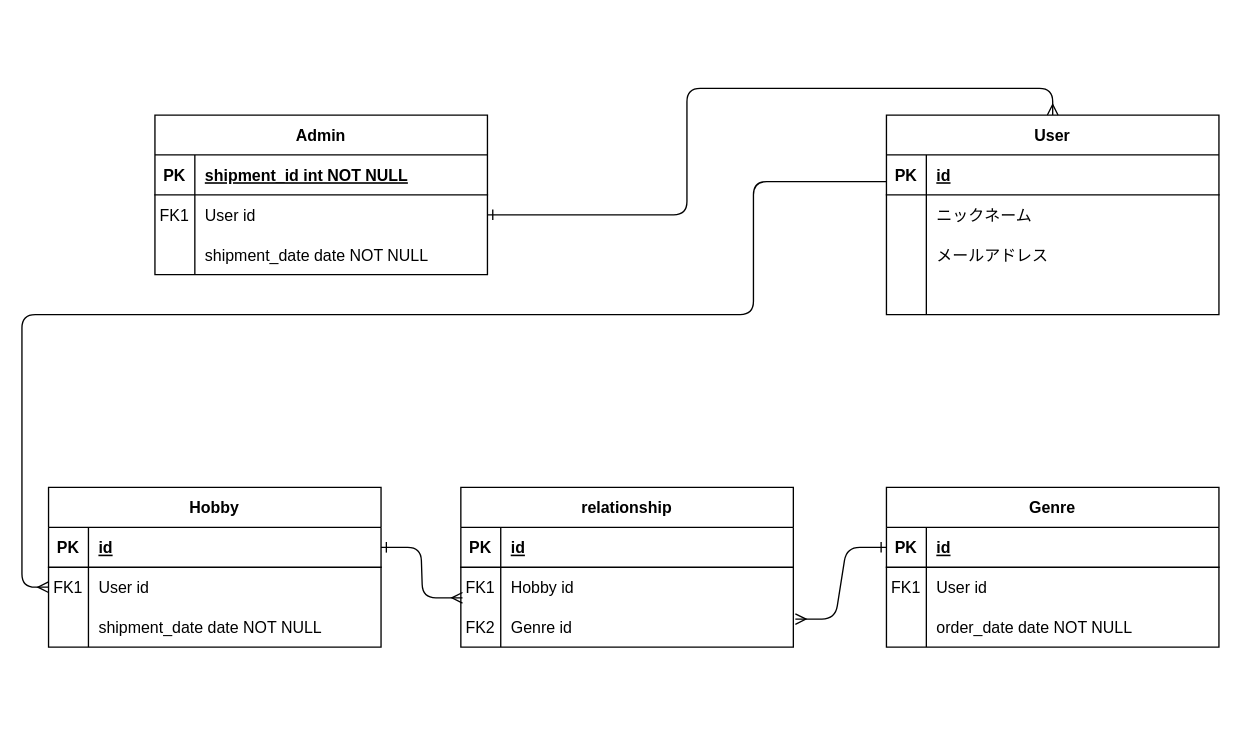
This is 名称未設定ファイル.drawio from emblem333/Portfolio, a draw.io file, before an edit. Source tidied: cells renumbered, new cells numbered last; positions are measured from the earlier drawing's top-left corner, leaving out a move shared by most shapes. Both pictures are drawn from the tidied source at 133%, with x=0, y=0 at pixel (21, 114).
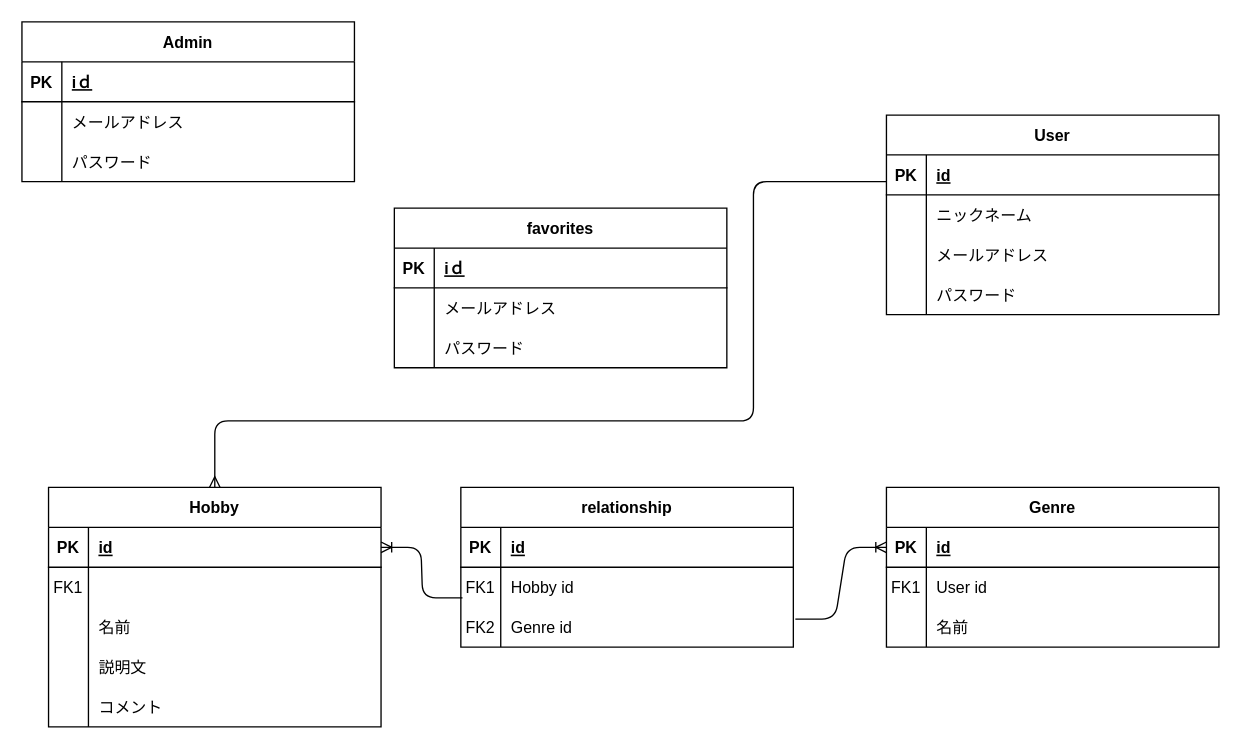
The same page after the edit.

Commit message:
名称未設定ファイル.drawio を更新します

Unchanged cells that the change refers to:
```xml
<mxCell id="4" style="shape=partialRectangle;fillColor=none;points=[[0,0.5],[1,0.5]];portConstraint=eastwest;top=0;left=0;right=0;bottom=1;" parent="3" vertex="1">
  <mxGeometry y="30" width="250" height="30" as="geometry" />
</mxCell>
<mxCell id="10" style="shape=partialRectangle;fillColor=none;top=0;left=0;right=0;bottom=0;" parent="3" vertex="1">
  <mxGeometry y="90" width="250" height="30" as="geometry" />
</mxCell>
<mxCell id="14" style="shape=partialRectangle;fillColor=none;points=[[0,0.5],[1,0.5]];portConstraint=eastwest;top=0;left=0;right=0;bottom=1;" parent="13" vertex="1">
  <mxGeometry y="30" width="250" height="30" as="geometry" />
</mxCell>
<mxCell id="17" style="shape=partialRectangle;fillColor=none;points=[[0,0.5],[1,0.5]];portConstraint=eastwest;top=0;left=0;right=0;bottom=0;" parent="13" vertex="1">
  <mxGeometry y="60" width="250" height="30" as="geometry" />
</mxCell>
<mxCell id="20" style="shape=partialRectangle;fillColor=none;top=0;left=0;right=0;bottom=0;" parent="13" vertex="1">
  <mxGeometry y="90" width="250" height="30" as="geometry" />
</mxCell>
<mxCell id="23" value="User" style="shape=table;startSize=30;childLayout=tableLayout;rowLines=0;fontStyle=1;align=center;" parent="1" vertex="1">
  <mxGeometry x="650" width="250" height="150" as="geometry" />
</mxCell>
<mxCell id="33" style="shape=partialRectangle;fillColor=none;top=0;left=0;right=0;bottom=0;" parent="23" vertex="1">
  <mxGeometry y="120" width="250" height="30" as="geometry" />
</mxCell>
<mxCell id="37" style="shape=partialRectangle;fillColor=none;top=0;left=0;right=0;bottom=1;" parent="36" vertex="1">
  <mxGeometry y="30" width="250" height="30" as="geometry" />
</mxCell>
<mxCell id="40" style="shape=partialRectangle;fillColor=none;points=[[0,0.5],[1,0.5]];portConstraint=eastwest;top=0;left=0;right=0;bottom=0;" parent="36" vertex="1">
  <mxGeometry y="60" width="250" height="30" as="geometry" />
</mxCell>
<mxCell id="43" style="shape=partialRectangle;fillColor=none;top=0;left=0;right=0;bottom=0;" parent="36" vertex="1">
  <mxGeometry y="90" width="250" height="30" as="geometry" />
</mxCell>
<mxCell id="50" style="shape=partialRectangle;fillColor=none;points=[[0,0.5],[1,0.5]];portConstraint=eastwest;top=0;left=0;right=0;bottom=0;" parent="46" vertex="1">
  <mxGeometry y="60" width="250" height="30" as="geometry" />
</mxCell>
<mxCell id="53" style="shape=partialRectangle;fillColor=none;points=[[0,0.5],[1,0.5]];portConstraint=eastwest;top=0;left=0;right=0;bottom=0;" parent="46" vertex="1">
  <mxGeometry y="90" width="250" height="30" as="geometry" />
</mxCell>
```

Change to the diagram source:
```diff
@@
-    <mxCell id="2" style="edgeStyle=entityRelationEdgeStyle;endArrow=ERmany;startArrow=ERone;endFill=0;startFill=0;entryX=1.006;entryY=0.3;entryDx=0;entryDy=0;entryPerimeter=0;" parent="1" edge="1" source="4" target="53">
+    <mxCell id="2" style="edgeStyle=entityRelationEdgeStyle;endArrow=none;startArrow=ERoneToMany;endFill=0;startFill=0;entryX=1.006;entryY=0.3;entryDx=0;entryDy=0;entryPerimeter=0;" parent="1" edge="1" source="4" target="53">
       <mxGeometry relative="1" as="geometry" />
     </mxCell>
@@
-    <mxCell id="12" value="order_date date NOT NULL" style="shape=partialRectangle;overflow=hidden;fillColor=none;top=0;left=0;bottom=0;right=0;align=left;spacingLeft=6;" parent="10" vertex="1">
+    <mxCell id="12" value="名前" style="shape=partialRectangle;overflow=hidden;fillColor=none;top=0;left=0;bottom=0;right=0;align=left;spacingLeft=6;" parent="10" vertex="1">
       <mxGeometry x="30" width="220" height="30" as="geometry" />
     </mxCell>
     <mxCell id="13" value="Hobby" style="shape=table;startSize=30;childLayout=tableLayout;rowLines=0;fontStyle=1;align=center;" parent="1" vertex="1">
-      <mxGeometry x="20" y="280" width="250" height="120" as="geometry" />
+      <mxGeometry x="20" y="280" width="250" height="180" as="geometry" />
     </mxCell>
@@
-    <mxCell id="19" value="User id" style="shape=partialRectangle;overflow=hidden;fillColor=none;top=0;left=0;bottom=0;right=0;align=left;spacingLeft=6;" parent="17" vertex="1">
+    <mxCell id="19" style="shape=partialRectangle;overflow=hidden;fillColor=none;top=0;left=0;bottom=0;right=0;align=left;spacingLeft=6;" parent="17" vertex="1">
       <mxGeometry x="30" width="220" height="30" as="geometry" />
     </mxCell>
@@
-    <mxCell id="22" value="shipment_date date NOT NULL" style="shape=partialRectangle;overflow=hidden;fillColor=none;top=0;left=0;bottom=0;right=0;align=left;spacingLeft=6;" parent="20" vertex="1">
+    <mxCell id="22" value="名前" style="shape=partialRectangle;overflow=hidden;fillColor=none;top=0;left=0;bottom=0;right=0;align=left;spacingLeft=6;" parent="20" vertex="1">
       <mxGeometry x="30" width="220" height="30" as="geometry" />
     </mxCell>
+    <mxCell id="59" style="shape=partialRectangle;fillColor=none;top=0;left=0;right=0;bottom=0;" parent="13" vertex="1">
+      <mxGeometry y="120" width="250" height="30" as="geometry" />
+    </mxCell>
+    <mxCell id="60" style="shape=partialRectangle;overflow=hidden;fillColor=none;top=0;left=0;bottom=0;right=0;" parent="59" vertex="1">
+      <mxGeometry width="30" height="30" as="geometry" />
+    </mxCell>
+    <mxCell id="61" value="説明文" style="shape=partialRectangle;overflow=hidden;fillColor=none;top=0;left=0;bottom=0;right=0;align=left;spacingLeft=6;" parent="59" vertex="1">
+      <mxGeometry x="30" width="220" height="30" as="geometry" />
+    </mxCell>
+    <mxCell id="62" style="shape=partialRectangle;fillColor=none;top=0;left=0;right=0;bottom=0;" parent="13" vertex="1">
+      <mxGeometry y="150" width="250" height="30" as="geometry" />
+    </mxCell>
+    <mxCell id="63" style="shape=partialRectangle;overflow=hidden;fillColor=none;top=0;left=0;bottom=0;right=0;" parent="62" vertex="1">
+      <mxGeometry width="30" height="30" as="geometry" />
+    </mxCell>
+    <mxCell id="64" value="コメント" style="shape=partialRectangle;overflow=hidden;fillColor=none;top=0;left=0;bottom=0;right=0;align=left;spacingLeft=6;" parent="62" vertex="1">
+      <mxGeometry x="30" width="220" height="30" as="geometry" />
+    </mxCell>
@@
-    <mxCell id="35" style="shape=partialRectangle;overflow=hidden;fillColor=none;top=0;left=0;bottom=0;right=0;align=left;spacingLeft=6;" parent="33" vertex="1">
+    <mxCell id="35" value="パスワード" style="shape=partialRectangle;overflow=hidden;fillColor=none;top=0;left=0;bottom=0;right=0;align=left;spacingLeft=6;" parent="33" vertex="1">
       <mxGeometry x="30" width="220" height="30" as="geometry" />
     </mxCell>
     <mxCell id="36" value="Admin" style="shape=table;startSize=30;childLayout=tableLayout;rowLines=0;fontStyle=1;align=center;" parent="1" vertex="1">
-      <mxGeometry x="100" width="250" height="120" as="geometry" />
+      <mxGeometry y="-70" width="250" height="120" as="geometry" />
     </mxCell>
@@
-    <mxCell id="39" value="shipment_id int NOT NULL " style="shape=partialRectangle;overflow=hidden;fillColor=none;top=0;left=0;bottom=0;right=0;align=left;spacingLeft=6;fontStyle=5;" parent="37" vertex="1">
+    <mxCell id="39" value="iｄ" style="shape=partialRectangle;overflow=hidden;fillColor=none;top=0;left=0;bottom=0;right=0;align=left;spacingLeft=6;fontStyle=5;" parent="37" vertex="1">
       <mxGeometry x="30" width="220" height="30" as="geometry" />
     </mxCell>
@@
-    <mxCell id="41" value="FK1" style="shape=partialRectangle;overflow=hidden;fillColor=none;top=0;left=0;bottom=0;right=0;" parent="40" vertex="1">
+    <mxCell id="41" style="shape=partialRectangle;overflow=hidden;fillColor=none;top=0;left=0;bottom=0;right=0;" parent="40" vertex="1">
       <mxGeometry width="30" height="30" as="geometry" />
     </mxCell>
-    <mxCell id="42" value="User id" style="shape=partialRectangle;overflow=hidden;fillColor=none;top=0;left=0;bottom=0;right=0;align=left;spacingLeft=6;" parent="40" vertex="1">
+    <mxCell id="42" value="メールアドレス" style="shape=partialRectangle;overflow=hidden;fillColor=none;top=0;left=0;bottom=0;right=0;align=left;spacingLeft=6;" parent="40" vertex="1">
       <mxGeometry x="30" width="220" height="30" as="geometry" />
     </mxCell>
@@
-    <mxCell id="45" value="shipment_date date NOT NULL" style="shape=partialRectangle;overflow=hidden;fillColor=none;top=0;left=0;bottom=0;right=0;align=left;spacingLeft=6;" parent="43" vertex="1">
+    <mxCell id="45" value="パスワード" style="shape=partialRectangle;overflow=hidden;fillColor=none;top=0;left=0;bottom=0;right=0;align=left;spacingLeft=6;" parent="43" vertex="1">
       <mxGeometry x="30" width="220" height="30" as="geometry" />
     </mxCell>
@@
-    <mxCell id="56" style="edgeStyle=entityRelationEdgeStyle;rounded=1;jettySize=auto;html=1;entryX=1;entryY=0.5;entryDx=0;entryDy=0;startArrow=ERmany;startFill=0;endArrow=ERone;endFill=0;exitX=0.005;exitY=0.767;exitDx=0;exitDy=0;exitPerimeter=0;" parent="1" edge="1" source="50" target="14">
+    <mxCell id="56" style="edgeStyle=entityRelationEdgeStyle;rounded=1;jettySize=auto;html=1;entryX=1;entryY=0.5;entryDx=0;entryDy=0;startArrow=none;startFill=0;endArrow=ERoneToMany;endFill=0;exitX=0.005;exitY=0.767;exitDx=0;exitDy=0;exitPerimeter=0;" parent="1" edge="1" source="50" target="14">
       <mxGeometry relative="1" as="geometry" />
     </mxCell>
-    <mxCell id="57" style="edgeStyle=orthogonalEdgeStyle;jettySize=auto;html=1;exitX=0;exitY=0.5;exitDx=0;exitDy=0;rounded=1;endArrow=none;endFill=0;startArrow=ERmany;startFill=0;" parent="1" edge="1" source="17">
+    <mxCell id="57" style="edgeStyle=orthogonalEdgeStyle;jettySize=auto;html=1;rounded=1;endArrow=none;endFill=0;startArrow=ERmany;startFill=0;exitX=0.5;exitY=0;exitDx=0;exitDy=0;" parent="1" edge="1" source="13">
       <mxGeometry relative="1" as="geometry">
         <mxPoint x="650" y="50" as="targetPoint" />
         <Array as="points">
-          <mxPoint y="355" />
-          <mxPoint y="150" />
-          <mxPoint x="550" y="150" />
+          <mxPoint x="145" y="230" />
+          <mxPoint x="550" y="230" />
           <mxPoint x="550" y="50" />
         </Array>
       </mxGeometry>
     </mxCell>
-    <mxCell id="58" style="edgeStyle=orthogonalEdgeStyle;rounded=1;jettySize=auto;html=1;exitX=0.5;exitY=0;exitDx=0;exitDy=0;entryX=1;entryY=0.5;entryDx=0;entryDy=0;startArrow=ERmany;startFill=0;endArrow=ERone;endFill=0;" parent="1" edge="1" source="23" target="40">
-      <mxGeometry relative="1" as="geometry" />
-    </mxCell>
+    <mxCell id="65" value="favorites" style="shape=table;startSize=30;childLayout=tableLayout;rowLines=0;fontStyle=1;align=center;" parent="1" vertex="1">
+      <mxGeometry x="280" y="70" width="250" height="120" as="geometry" />
+    </mxCell>
+    <mxCell id="66" style="shape=partialRectangle;fillColor=none;top=0;left=0;right=0;bottom=1;" parent="65" vertex="1">
+      <mxGeometry y="30" width="250" height="30" as="geometry" />
+    </mxCell>
+    <mxCell id="67" value="PK" style="shape=partialRectangle;overflow=hidden;fillColor=none;top=0;left=0;bottom=0;right=0;fontStyle=1;" parent="66" vertex="1">
+      <mxGeometry width="30" height="30" as="geometry" />
+    </mxCell>
+    <mxCell id="68" value="iｄ" style="shape=partialRectangle;overflow=hidden;fillColor=none;top=0;left=0;bottom=0;right=0;align=left;spacingLeft=6;fontStyle=5;" parent="66" vertex="1">
+      <mxGeometry x="30" width="220" height="30" as="geometry" />
+    </mxCell>
+    <mxCell id="69" style="shape=partialRectangle;fillColor=none;top=0;left=0;right=0;bottom=0;" parent="65" vertex="1">
+      <mxGeometry y="60" width="250" height="30" as="geometry" />
+    </mxCell>
+    <mxCell id="70" style="shape=partialRectangle;overflow=hidden;fillColor=none;top=0;left=0;bottom=0;right=0;" parent="69" vertex="1">
+      <mxGeometry width="30" height="30" as="geometry" />
+    </mxCell>
+    <mxCell id="71" value="メールアドレス" style="shape=partialRectangle;overflow=hidden;fillColor=none;top=0;left=0;bottom=0;right=0;align=left;spacingLeft=6;" parent="69" vertex="1">
+      <mxGeometry x="30" width="220" height="30" as="geometry" />
+    </mxCell>
+    <mxCell id="72" style="shape=partialRectangle;fillColor=none;top=0;left=0;right=0;bottom=0;" parent="65" vertex="1">
+      <mxGeometry y="90" width="250" height="30" as="geometry" />
+    </mxCell>
+    <mxCell id="73" style="shape=partialRectangle;overflow=hidden;fillColor=none;top=0;left=0;bottom=0;right=0;" parent="72" vertex="1">
+      <mxGeometry width="30" height="30" as="geometry" />
+    </mxCell>
+    <mxCell id="74" value="パスワード" style="shape=partialRectangle;overflow=hidden;fillColor=none;top=0;left=0;bottom=0;right=0;align=left;spacingLeft=6;" parent="72" vertex="1">
+      <mxGeometry x="30" width="220" height="30" as="geometry" />
+    </mxCell>
```
